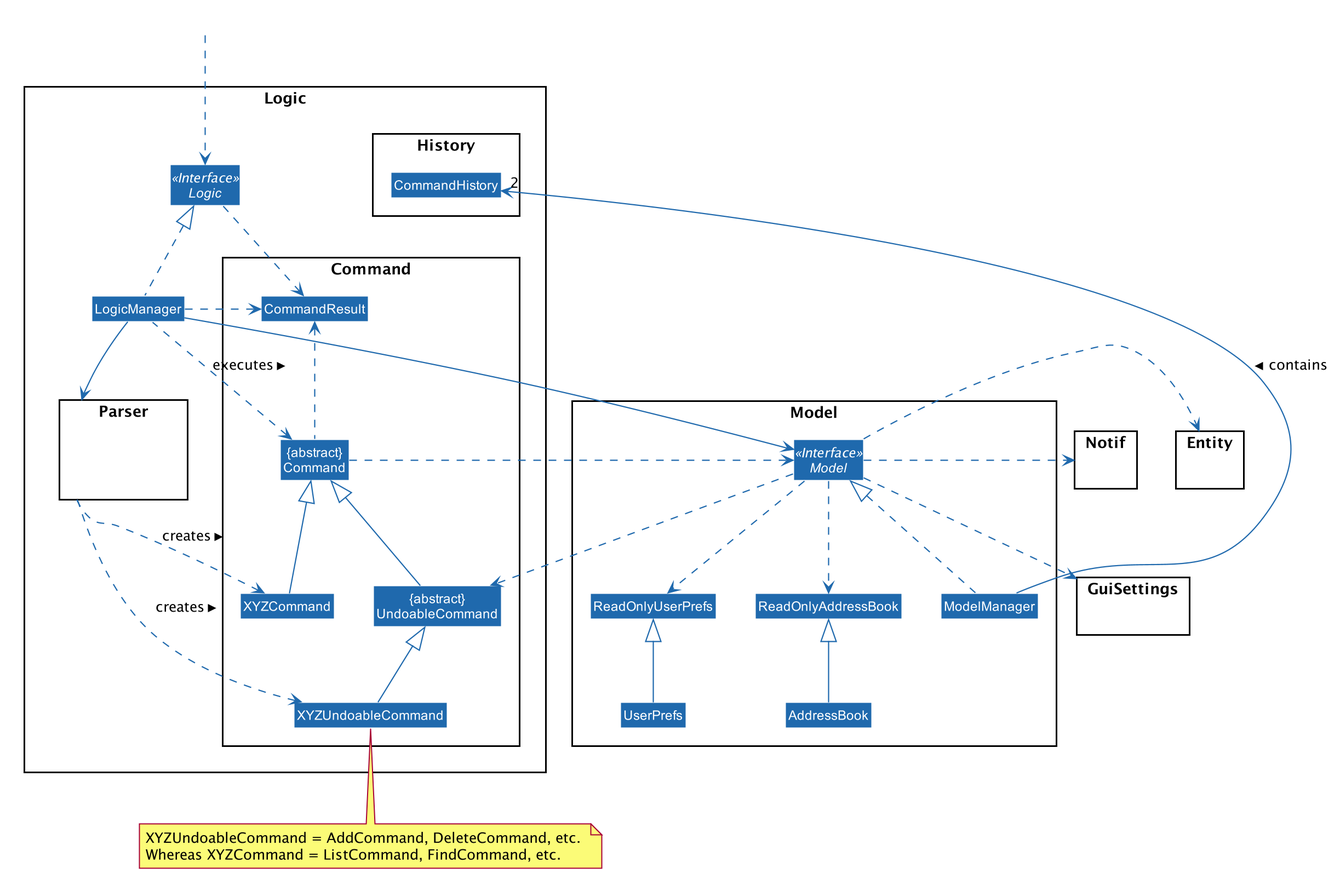
Earlier version of the PlantUML export images/UndoClassDiagram.png (AY1920S1-CS2103T-T13-2/main).
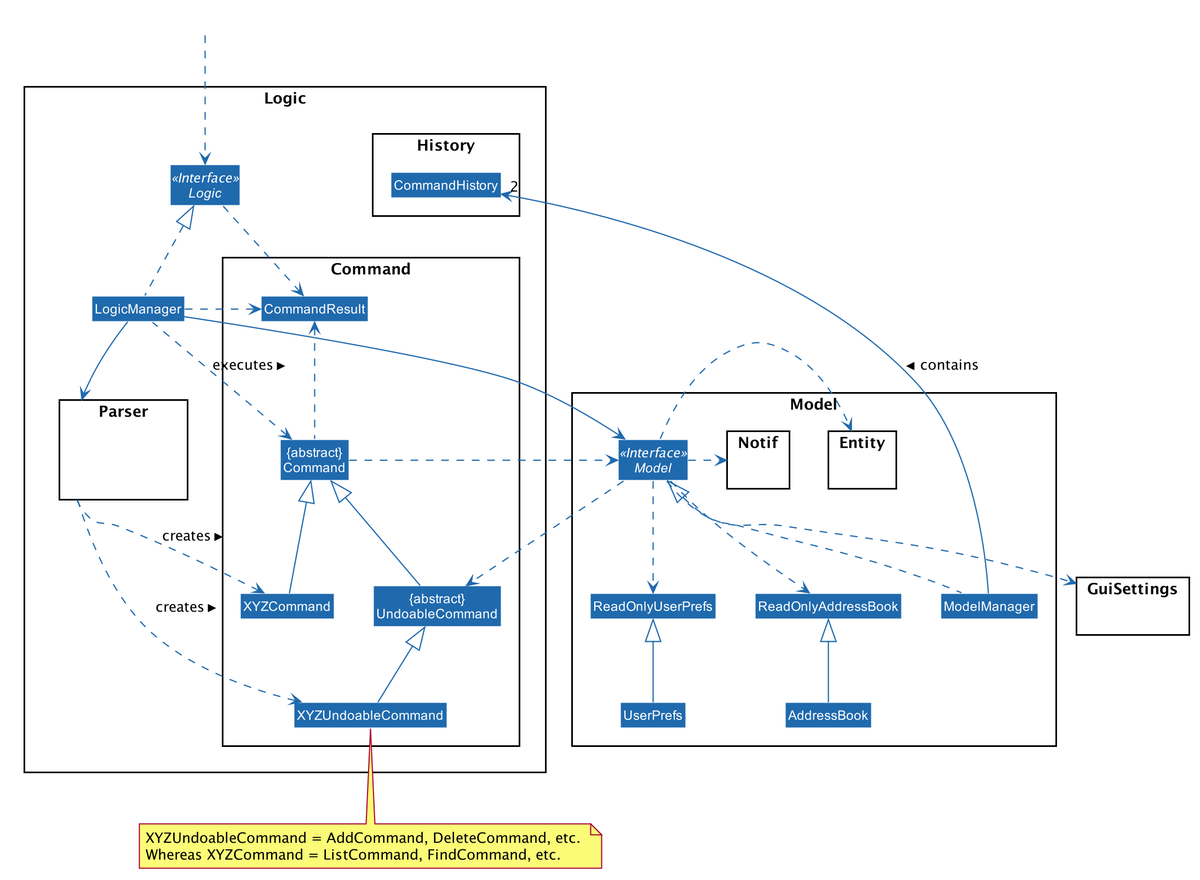
The same file after the commit.

The edit, as a diff of the source:
```diff
@@ -78,6 +78,13 @@
 }
 
 package Model {
+
+package Entity {
+}
+
+package Notif {
+}
+
 Interface Model <<Interface>>
 Class AddressBook
 Class ReadOnlyAddressBook
@@ -85,12 +92,6 @@
 Class UserPrefs
 Class ReadOnlyUserPrefs
 
-}
-
-package Entity {
-}
-
-package Notif {
 }
 
 package GuiSettings {
```
